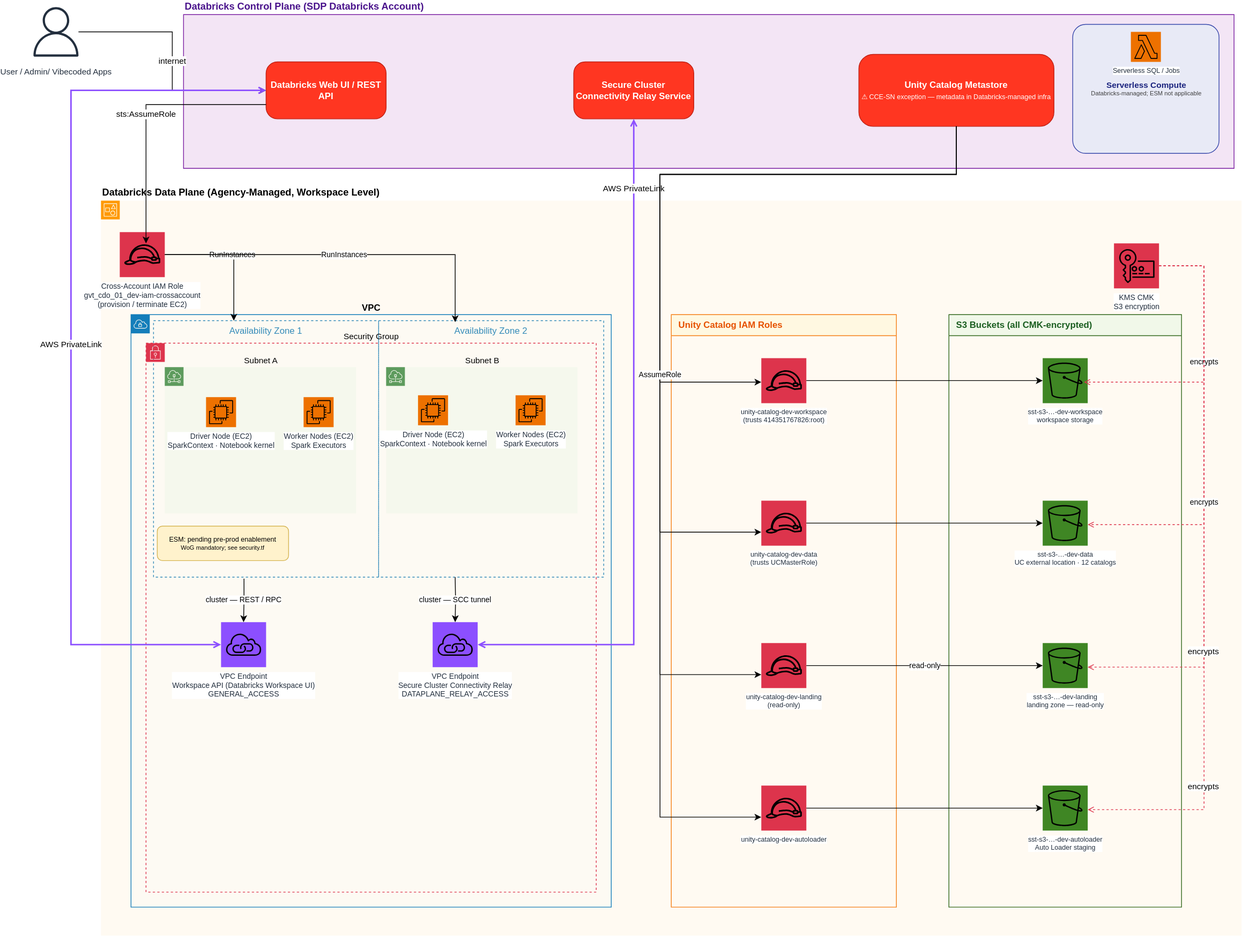
The draw.io diagram infra/databricks-aws-architecture.svg in darrenCWJ/databricks-monorepo, before a commit. Source tidied: cells renumbered, new cells last; positions are measured from the earlier drawing's top-left corner, leaving out a move shared by most shapes.
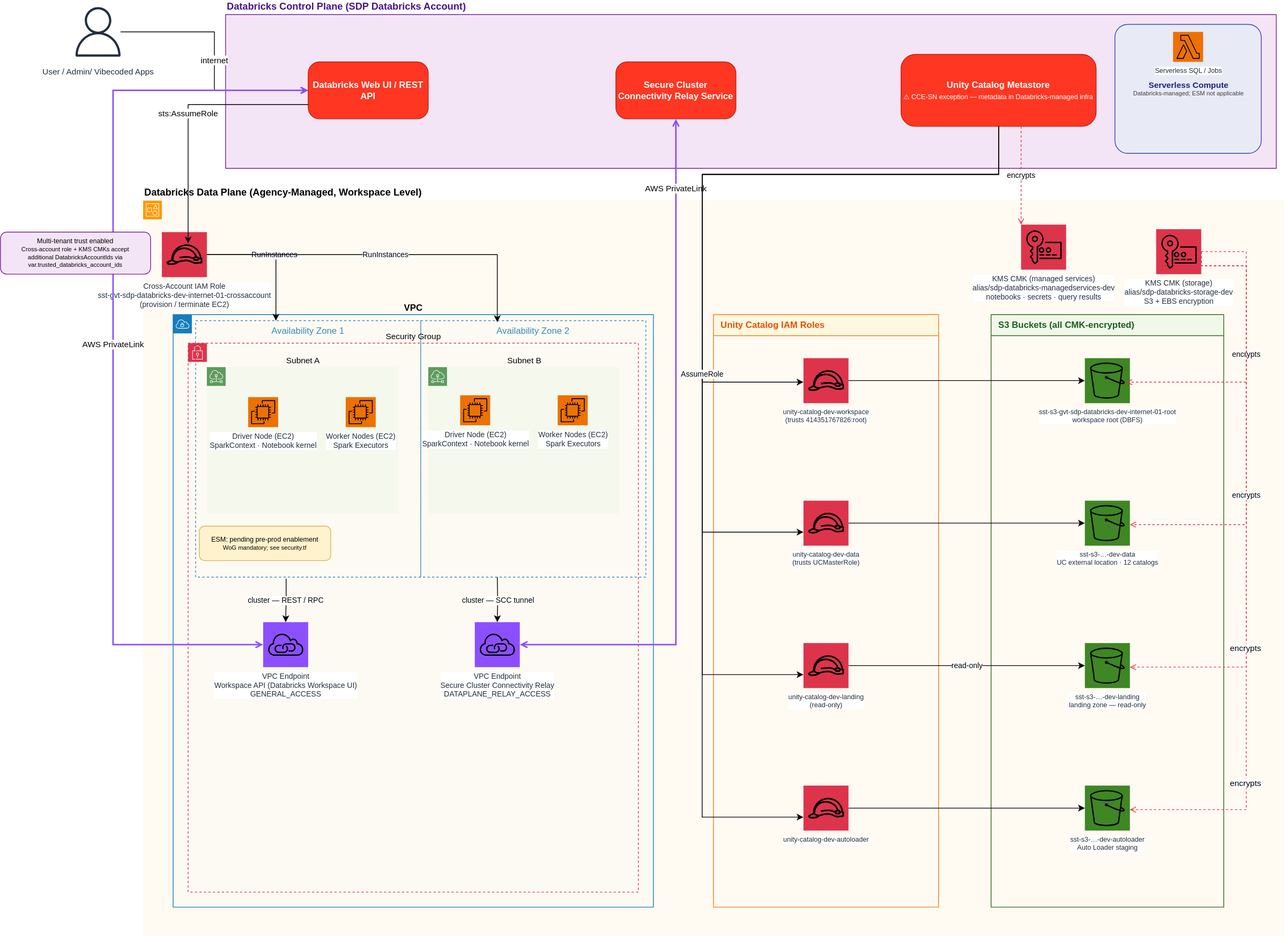
After the change.

Commit message:
Make changes to workspace level diagram, and also do first draft of platform level L2 data flow diagram

The edit, as a diff of the source:
```diff
@@ -26,11 +26,11 @@
     <mxCell id="9" value="Databricks Data Plane (Agency-Managed, Workspace Level)" style="shape=mxgraph.aws4.group;grIcon=mxgraph.aws4.group_account;grStroke=0;verticalLabelPosition=top;verticalAlign=bottom;labelBackgroundColor=none;fillColor=#FF99000D;strokeColor=#FF9900;fontSize=13;fontStyle=1;align=left;html=1;" parent="1" vertex="1">
       <mxGeometry x="90" y="265" width="1520" height="980" as="geometry" />
     </mxCell>
-    <mxCell id="10" value="Cross-Account IAM Role&lt;br&gt;gvt_cdo_01_dev-iam-crossaccount&lt;br&gt;(provision / terminate EC2)" style="outlineConnect=0;fontColor=#232F3E;gradientColor=none;strokeColor=none;fillColor=#DD344C;labelBackgroundColor=#ffffff;align=center;html=1;fontSize=10;fontStyle=0;labelPosition=center;verticalLabelPosition=bottom;verticalAlign=top;shape=mxgraph.aws4.resourceIcon;resIcon=mxgraph.aws4.role;" parent="1" vertex="1">
+    <mxCell id="10" value="Cross-Account IAM Role&lt;br&gt;sst-gvt-sdp-databricks-dev-internet-01-crossaccount&lt;br&gt;(provision / terminate EC2)" style="outlineConnect=0;fontColor=#232F3E;gradientColor=none;strokeColor=none;fillColor=#DD344C;labelBackgroundColor=#ffffff;align=center;html=1;fontSize=10;fontStyle=0;labelPosition=center;verticalLabelPosition=bottom;verticalAlign=top;shape=mxgraph.aws4.resourceIcon;resIcon=mxgraph.aws4.role;" parent="1" vertex="1">
       <mxGeometry x="115" y="307" width="60" height="60" as="geometry" />
     </mxCell>
-    <mxCell id="11" value="KMS CMK&#10;S3 encryption" style="outlineConnect=0;fontColor=#232F3E;gradientColor=none;strokeColor=none;fillColor=#DD344C;labelBackgroundColor=#ffffff;align=center;html=1;fontSize=10;fontStyle=0;labelPosition=center;verticalLabelPosition=bottom;verticalAlign=top;shape=mxgraph.aws4.resourceIcon;resIcon=mxgraph.aws4.key_management_service;" parent="1" vertex="1">
-      <mxGeometry x="1440" y="322" width="60" height="60" as="geometry" />
+    <mxCell id="11" value="KMS CMK (storage)&#10;alias/sdp-databricks-storage-dev&#10;S3 + EBS encryption" style="outlineConnect=0;fontColor=#232F3E;gradientColor=none;strokeColor=none;fillColor=#DD344C;labelBackgroundColor=#ffffff;align=center;html=1;fontSize=10;fontStyle=0;labelPosition=center;verticalLabelPosition=bottom;verticalAlign=top;shape=mxgraph.aws4.resourceIcon;resIcon=mxgraph.aws4.key_management_service;" parent="1" vertex="1">
+      <mxGeometry x="1440" y="303" width="60" height="60" as="geometry" />
     </mxCell>
     <mxCell id="12" value="VPC" style="shape=mxgraph.aws4.group;grIcon=mxgraph.aws4.group_vpc;grStroke=1;verticalLabelPosition=top;verticalAlign=bottom;labelBackgroundColor=none;fillColor=#E6F3F81A;strokeColor=#147EBA;fontSize=12;fontStyle=1;html=1;" parent="1" vertex="1">
       <mxGeometry x="130" y="417" width="640" height="790" as="geometry" />
@@ -71,7 +71,7 @@
     <mxCell id="24" value="S3 Buckets  (all CMK-encrypted)" style="swimlane;startSize=28;fillColor=#F1F8E9;strokeColor=#33691E;fontColor=#1B5E20;fontSize=12;fontStyle=1;align=left;spacingLeft=8;html=1;" parent="1" vertex="1">
       <mxGeometry x="1220" y="417" width="310" height="790" as="geometry" />
     </mxCell>
-    <mxCell id="25" value="sst-s3-…-dev-workspace&lt;br&gt;workspace storage" style="outlineConnect=0;fontColor=#232F3E;gradientColor=none;strokeColor=none;fillColor=#3F8624;labelBackgroundColor=#ffffff;align=center;html=1;fontSize=9;fontStyle=0;labelPosition=center;verticalLabelPosition=bottom;verticalAlign=top;shape=mxgraph.aws4.resourceIcon;resIcon=mxgraph.aws4.s3;" parent="24" vertex="1">
+    <mxCell id="25" value="sst-s3-gvt-sdp-databricks-dev-internet-01-root&lt;br&gt;workspace root (DBFS)" style="outlineConnect=0;fontColor=#232F3E;gradientColor=none;strokeColor=none;fillColor=#3F8624;labelBackgroundColor=#ffffff;align=center;html=1;fontSize=9;fontStyle=0;labelPosition=center;verticalLabelPosition=bottom;verticalAlign=top;shape=mxgraph.aws4.resourceIcon;resIcon=mxgraph.aws4.s3;" parent="24" vertex="1">
       <mxGeometry x="125" y="58" width="60" height="60" as="geometry" />
     </mxCell>
     <mxCell id="26" value="sst-s3-…-dev-data&#10;UC external location · 12 catalogs" style="outlineConnect=0;fontColor=#232F3E;gradientColor=none;strokeColor=none;fillColor=#3F8624;labelBackgroundColor=#ffffff;align=center;html=1;fontSize=9;fontStyle=0;labelPosition=center;verticalLabelPosition=bottom;verticalAlign=top;shape=mxgraph.aws4.resourceIcon;resIcon=mxgraph.aws4.s3;" parent="24" vertex="1">
@@ -183,6 +183,18 @@
     <mxCell id="45" style="edgeStyle=orthogonalEdgeStyle;rounded=0;html=1;fontSize=10;exitX=1;exitY=0.5;exitDx=0;exitDy=0;entryX=0;entryY=0.5;entryDx=0;entryDy=0;" parent="1" edge="1" source="23" target="28">
       <mxGeometry relative="1" as="geometry" />
     </mxCell>
+    <mxCell id="58" value="KMS CMK (managed services)&#10;alias/sdp-databricks-managedservices-dev&#10;notebooks · secrets · query results" style="outlineConnect=0;fontColor=#232F3E;gradientColor=none;strokeColor=none;fillColor=#DD344C;labelBackgroundColor=#ffffff;align=center;html=1;fontSize=10;fontStyle=0;labelPosition=center;verticalLabelPosition=bottom;verticalAlign=top;shape=mxgraph.aws4.resourceIcon;resIcon=mxgraph.aws4.key_management_service;" parent="1" vertex="1">
+      <mxGeometry x="1260" y="297" width="60" height="60" as="geometry" />
+    </mxCell>
+    <mxCell id="59" value="encrypts" style="edgeStyle=orthogonalEdgeStyle;rounded=0;html=1;dashed=1;endArrow=open;endFill=0;strokeColor=#DD344C;fontSize=10;" parent="1" edge="1" source="8" target="58">
+      <mxGeometry relative="1" as="geometry">
+        <Array as="points">
+          <mxPoint x="1230" y="166" />
+          <mxPoint x="1290" y="166" />
+          <mxPoint x="1290" y="322" />
+        </Array>
+      </mxGeometry>
+    </mxCell>
     <mxCell id="46" value="encrypts" style="edgeStyle=orthogonalEdgeStyle;rounded=0;html=1;dashed=1;endArrow=open;endFill=0;strokeColor=#DD344C;fontSize=10;exitX=1;exitY=0.5;exitDx=0;exitDy=0;" parent="1" edge="1" source="11">
       <mxGeometry relative="1" as="geometry">
         <mxPoint x="1400" y="507" as="targetPoint" />
@@ -229,6 +241,9 @@
     <mxCell id="53" value="Serverless SQL / Jobs" style="fontColor=#232F3E;gradientColor=none;strokeColor=none;fillColor=#ED7100;labelBackgroundColor=#ffffff;align=center;html=1;fontSize=9;fontStyle=0;labelPosition=center;verticalLabelPosition=bottom;verticalAlign=top;shape=mxgraph.aws4.resourceIcon;resIcon=mxgraph.aws4.lambda;" parent="1" vertex="1">
       <mxGeometry x="1462.5" y="40" width="40" height="40" as="geometry" />
     </mxCell>
+    <mxCell id="60" value="Multi-tenant trust enabled&lt;br&gt;&lt;font style=&quot;font-size:8px;&quot;&gt;Cross-account role + KMS CMKs accept&lt;br&gt;additional DatabricksAccountIds via&lt;br&gt;var.trusted_databricks_account_ids&lt;/font&gt;" style="text;html=1;strokeColor=#7B1FA2;fillColor=#F3E5F5;align=center;verticalAlign=middle;whiteSpace=wrap;rounded=1;fontSize=9;" parent="1" vertex="1">
+      <mxGeometry x="-100" y="307" width="200" height="56" as="geometry" />
+    </mxCell>
     <mxCell id="54" value="ESM: pending pre-prod enablement&lt;br&gt;&lt;font style=&quot;font-size:8px;&quot;&gt;WoG mandatory; see security.tf&lt;/font&gt;" style="text;html=1;strokeColor=#d6b656;fillColor=#fff2cc;align=center;verticalAlign=middle;whiteSpace=wrap;rounded=1;fontSize=9;" parent="1" vertex="1">
       <mxGeometry x="165" y="699" width="175" height="46" as="geometry" />
     </mxCell>
```
